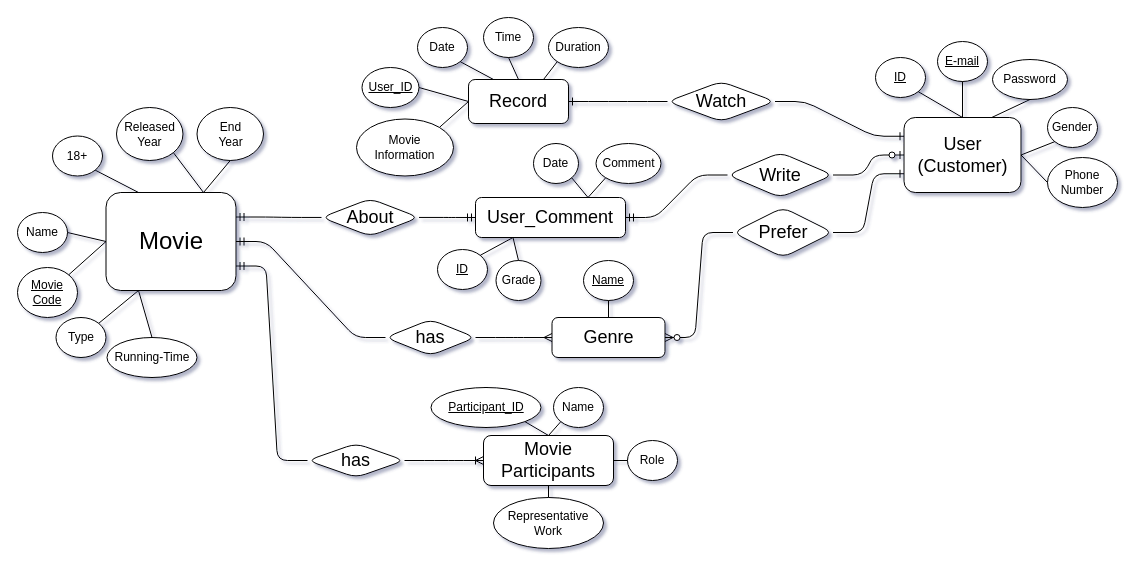
Before: Assignment1_ER_Modeling/Movie.drawio in hjpark83/DBMS, a draw.io diagram. Source tidied: cells renumbered, new cells numbered last; positions are measured from the earlier drawing's top-left corner, leaving out a move shared by most shapes. Both pictures are drawn from the tidied source at 100%, with x=0, y=0 at pixel (17, 17).
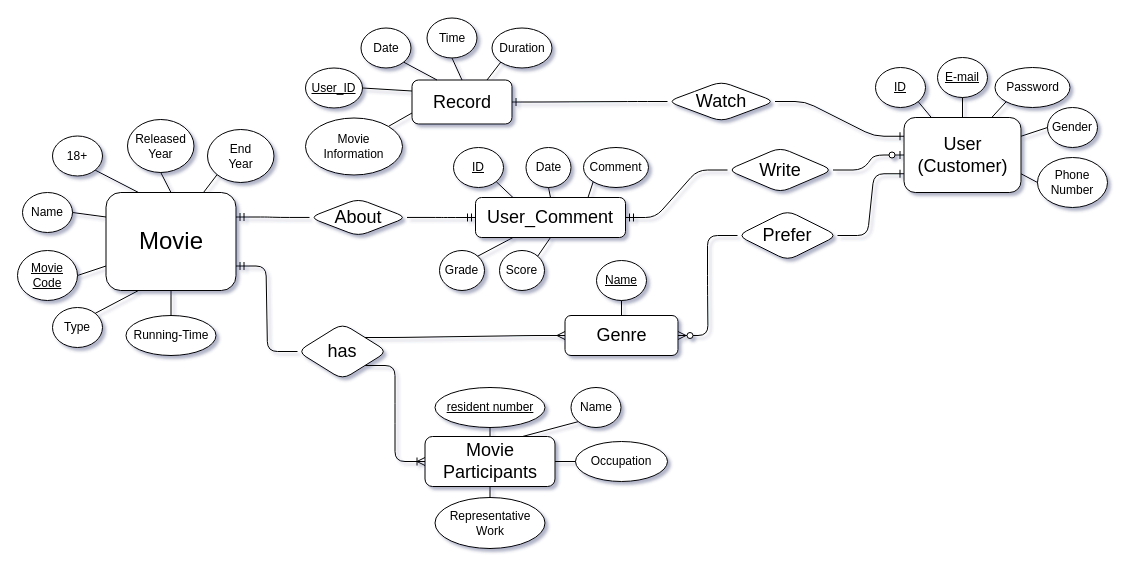
The same page after the edit.

Unchanged cells that the change refers to:
```xml
<mxCell id="3" value="&lt;span style=&quot;font-size: 18px;&quot;&gt;User&lt;br&gt;(Customer)&lt;/span&gt;" style="whiteSpace=wrap;html=1;align=center;rounded=1;" parent="1" vertex="1">
  <mxGeometry x="886.5" y="100" width="117" height="75" as="geometry" />
</mxCell>
<mxCell id="11" value="Gender" style="ellipse;whiteSpace=wrap;html=1;align=center;rounded=1;" parent="1" vertex="1">
  <mxGeometry x="1030" y="90" width="50" height="40" as="geometry" />
</mxCell>
<mxCell id="20" value="&lt;font style=&quot;font-size: 24px;&quot;&gt;Movie&lt;/font&gt;" style="whiteSpace=wrap;html=1;align=center;rounded=1;" parent="1" vertex="1">
  <mxGeometry x="88.5" y="175" width="130" height="98" as="geometry" />
</mxCell>
<mxCell id="22" value="&lt;font style=&quot;font-size: 18px;&quot;&gt;User_Comment&lt;/font&gt;" style="whiteSpace=wrap;html=1;align=center;rounded=1;" parent="1" vertex="1">
  <mxGeometry x="458" y="180" width="150" height="40" as="geometry" />
</mxCell>
```

The edit, as a diff of the source:
```diff
@@
     <mxCell id="2" value="Type" style="ellipse;whiteSpace=wrap;html=1;align=center;rounded=1;" parent="1" vertex="1">
-      <mxGeometry x="38.5" y="300" width="50" height="40" as="geometry" />
+      <mxGeometry x="35" y="290" width="50" height="40" as="geometry" />
     </mxCell>
@@
     <mxCell id="4" value="&lt;font style=&quot;font-size: 18px;&quot;&gt;Movie Participants&lt;/font&gt;" style="whiteSpace=wrap;html=1;align=center;rounded=1;" parent="1" vertex="1">
-      <mxGeometry x="466" y="418" width="130" height="50" as="geometry" />
+      <mxGeometry x="407.5" y="419" width="130" height="50" as="geometry" />
     </mxCell>
     <mxCell id="5" value="&lt;u&gt;ID&lt;/u&gt;" style="ellipse;whiteSpace=wrap;html=1;align=center;rounded=1;" parent="1" vertex="1">
-      <mxGeometry x="858" y="40" width="50" height="40" as="geometry" />
+      <mxGeometry x="858" y="50" width="50" height="40" as="geometry" />
     </mxCell>
-    <mxCell id="6" style="endArrow=none;html=1;rounded=1;exitX=1;exitY=1;exitDx=0;exitDy=0;entryX=0.5;entryY=0;entryDx=0;entryDy=0;" parent="1" edge="1" source="5" target="3">
+    <mxCell id="6" style="endArrow=none;html=1;rounded=1;exitX=1;exitY=1;exitDx=0;exitDy=0;" parent="1" edge="1" source="5" target="3">
       <mxGeometry relative="1" as="geometry" />
     </mxCell>
     <mxCell id="7" value="&lt;u&gt;E-mail&lt;/u&gt;" style="ellipse;whiteSpace=wrap;html=1;align=center;rounded=1;" parent="1" vertex="1">
-      <mxGeometry x="920" y="24" width="50" height="40" as="geometry" />
+      <mxGeometry x="920" y="40" width="50" height="40" as="geometry" />
     </mxCell>
@@
     <mxCell id="9" value="Password" style="ellipse;whiteSpace=wrap;html=1;align=center;rounded=1;" parent="1" vertex="1">
-      <mxGeometry x="975" y="42" width="75" height="40" as="geometry" />
+      <mxGeometry x="977.5" y="50" width="75" height="40" as="geometry" />
     </mxCell>
-    <mxCell id="10" style="endArrow=none;html=1;rounded=1;exitX=0.5;exitY=1;exitDx=0;exitDy=0;entryX=0.75;entryY=0;entryDx=0;entryDy=0;" parent="1" edge="1" source="9" target="3">
+    <mxCell id="10" style="endArrow=none;html=1;rounded=1;exitX=0;exitY=1;exitDx=0;exitDy=0;entryX=0.75;entryY=0;entryDx=0;entryDy=0;" parent="1" edge="1" source="9" target="3">
       <mxGeometry relative="1" as="geometry" />
     </mxCell>
@@
-    <mxCell id="12" style="endArrow=none;html=1;rounded=1;exitX=0;exitY=1;exitDx=0;exitDy=0;entryX=1;entryY=0.5;entryDx=0;entryDy=0;" parent="1" edge="1" source="11" target="3">
+    <mxCell id="12" style="endArrow=none;html=1;rounded=1;exitX=0;exitY=0.5;exitDx=0;exitDy=0;entryX=1;entryY=0.25;entryDx=0;entryDy=0;" parent="1" edge="1" source="11" target="3">
       <mxGeometry relative="1" as="geometry" />
     </mxCell>
     <mxCell id="13" value="Phone Number" style="ellipse;whiteSpace=wrap;html=1;align=center;rounded=1;" parent="1" vertex="1">
-      <mxGeometry x="1030" y="140" width="70" height="50" as="geometry" />
+      <mxGeometry x="1020" y="140" width="70" height="50" as="geometry" />
     </mxCell>
-    <mxCell id="14" style="endArrow=none;html=1;rounded=1;entryX=1;entryY=0.5;entryDx=0;entryDy=0;exitX=0;exitY=0.5;exitDx=0;exitDy=0;" parent="1" edge="1" source="13" target="3">
+    <mxCell id="14" style="endArrow=none;html=1;rounded=1;entryX=1;entryY=0.75;entryDx=0;entryDy=0;exitX=0;exitY=0.5;exitDx=0;exitDy=0;" parent="1" edge="1" source="13" target="3">
       <mxGeometry relative="1" as="geometry" />
     </mxCell>
     <mxCell id="15" value="Name" style="ellipse;whiteSpace=wrap;html=1;align=center;rounded=1;" parent="1" vertex="1">
-      <mxGeometry y="195" width="50" height="40" as="geometry" />
+      <mxGeometry x="5" y="175" width="50" height="40" as="geometry" />
     </mxCell>
     <mxCell id="16" value="Running-Time" style="ellipse;whiteSpace=wrap;html=1;align=center;rounded=1;" parent="1" vertex="1">
-      <mxGeometry x="89.5" y="320" width="90" height="40" as="geometry" />
+      <mxGeometry x="108.5" y="298" width="90" height="40" as="geometry" />
     </mxCell>
     <mxCell id="17" value="Released&lt;br&gt;Year" style="ellipse;whiteSpace=wrap;html=1;align=center;rounded=1;" parent="1" vertex="1">
-      <mxGeometry x="99" y="90" width="66.5" height="53" as="geometry" />
+      <mxGeometry x="110" y="102" width="66.5" height="53" as="geometry" />
     </mxCell>
@@
-    <mxCell id="19" value="&lt;font style=&quot;font-size: 18px;&quot;&gt;has&lt;/font&gt;" style="shape=rhombus;perimeter=rhombusPerimeter;whiteSpace=wrap;html=1;align=center;rounded=1;" parent="1" vertex="1">
-      <mxGeometry x="290" y="426" width="97" height="34" as="geometry" />
-    </mxCell>
@@
     <mxCell id="21" value="&lt;font style=&quot;font-size: 18px;&quot;&gt;Prefer&lt;/font&gt;" style="shape=rhombus;perimeter=rhombusPerimeter;whiteSpace=wrap;html=1;align=center;rounded=1;" parent="1" vertex="1">
-      <mxGeometry x="715.5" y="190" width="100" height="50" as="geometry" />
+      <mxGeometry x="720" y="193" width="100" height="50" as="geometry" />
     </mxCell>
@@
     <mxCell id="23" value="Grade" style="ellipse;whiteSpace=wrap;html=1;align=center;rounded=1;" parent="1" vertex="1">
-      <mxGeometry x="478.5" y="243" width="45" height="40" as="geometry" />
+      <mxGeometry x="422" y="233" width="45" height="40" as="geometry" />
     </mxCell>
     <mxCell id="24" value="&lt;u&gt;ID&lt;/u&gt;" style="ellipse;whiteSpace=wrap;html=1;align=center;rounded=1;" parent="1" vertex="1">
-      <mxGeometry x="420" y="232" width="50" height="40" as="geometry" />
+      <mxGeometry x="436" y="130" width="50" height="40" as="geometry" />
     </mxCell>
     <mxCell id="25" value="&lt;u&gt;Movie&lt;br&gt;Code&lt;/u&gt;" style="ellipse;whiteSpace=wrap;html=1;align=center;rounded=1;" parent="1" vertex="1">
-      <mxGeometry y="250" width="60" height="50" as="geometry" />
+      <mxGeometry y="233" width="60" height="50" as="geometry" />
     </mxCell>
-    <mxCell id="26" style="endArrow=none;html=1;rounded=1;exitX=0;exitY=0.5;exitDx=0;exitDy=0;entryX=1;entryY=0;entryDx=0;entryDy=0;" parent="1" edge="1" source="20" target="25">
+    <mxCell id="26" style="endArrow=none;html=1;rounded=1;exitX=0;exitY=0.75;exitDx=0;exitDy=0;entryX=1;entryY=0.5;entryDx=0;entryDy=0;" parent="1" edge="1" source="20" target="25">
       <mxGeometry relative="1" as="geometry" />
     </mxCell>
-    <mxCell id="27" style="endArrow=none;html=1;rounded=1;entryX=1;entryY=0.5;entryDx=0;entryDy=0;exitX=0;exitY=0.5;exitDx=0;exitDy=0;" parent="1" edge="1" source="20" target="15">
+    <mxCell id="27" style="endArrow=none;html=1;rounded=1;entryX=1;entryY=0.5;entryDx=0;entryDy=0;exitX=0;exitY=0.25;exitDx=0;exitDy=0;" parent="1" edge="1" source="20" target="15">
       <mxGeometry relative="1" as="geometry" />
     </mxCell>
@@
-    <mxCell id="29" style="endArrow=none;html=1;rounded=1;entryX=0.5;entryY=0;entryDx=0;entryDy=0;exitX=0.25;exitY=1;exitDx=0;exitDy=0;" parent="1" edge="1" source="20" target="16">
+    <mxCell id="29" style="endArrow=none;html=1;rounded=1;entryX=0.5;entryY=0;entryDx=0;entryDy=0;exitX=0.5;exitY=1;exitDx=0;exitDy=0;" parent="1" edge="1" source="20" target="16">
       <mxGeometry relative="1" as="geometry" />
     </mxCell>
-    <mxCell id="30" style="endArrow=none;html=1;rounded=1;entryX=1;entryY=1;entryDx=0;entryDy=0;exitX=0.75;exitY=0;exitDx=0;exitDy=0;" parent="1" edge="1" source="20" target="17">
+    <mxCell id="30" style="endArrow=none;html=1;rounded=1;entryX=0.5;entryY=1;entryDx=0;entryDy=0;exitX=0.5;exitY=0;exitDx=0;exitDy=0;" parent="1" edge="1" source="20" target="17">
       <mxGeometry relative="1" as="geometry" />
     </mxCell>
@@
     <mxCell id="32" value="Date" style="ellipse;whiteSpace=wrap;html=1;align=center;rounded=1;" parent="1" vertex="1">
-      <mxGeometry x="516" y="126" width="45" height="40" as="geometry" />
+      <mxGeometry x="508.5" y="130" width="45" height="40" as="geometry" />
     </mxCell>
     <mxCell id="33" value="Comment" style="ellipse;whiteSpace=wrap;html=1;align=center;rounded=1;" parent="1" vertex="1">
-      <mxGeometry x="578.5" y="126" width="65" height="40" as="geometry" />
+      <mxGeometry x="566" y="130" width="65" height="40" as="geometry" />
     </mxCell>
-    <mxCell id="34" style="endArrow=none;html=1;rounded=1;entryX=1;entryY=0;entryDx=0;entryDy=0;exitX=0.25;exitY=1;exitDx=0;exitDy=0;" parent="1" edge="1" source="22" target="24">
+    <mxCell id="34" style="endArrow=none;html=1;rounded=1;entryX=1;entryY=1;entryDx=0;entryDy=0;exitX=0.25;exitY=0;exitDx=0;exitDy=0;" parent="1" edge="1" source="22" target="24">
       <mxGeometry relative="1" as="geometry" />
     </mxCell>
-    <mxCell id="35" style="endArrow=none;html=1;rounded=1;entryX=0.5;entryY=0;entryDx=0;entryDy=0;exitX=0.25;exitY=1;exitDx=0;exitDy=0;" parent="1" edge="1" source="22" target="23">
+    <mxCell id="35" style="endArrow=none;html=1;rounded=1;exitX=0.25;exitY=1;exitDx=0;exitDy=0;entryX=1;entryY=0;entryDx=0;entryDy=0;" parent="1" edge="1" source="22" target="23">
       <mxGeometry relative="1" as="geometry" />
     </mxCell>
-    <mxCell id="36" style="endArrow=none;html=1;rounded=1;entryX=1;entryY=1;entryDx=0;entryDy=0;exitX=0.75;exitY=0;exitDx=0;exitDy=0;" parent="1" edge="1" source="22" target="32">
+    <mxCell id="36" style="endArrow=none;html=1;rounded=1;exitX=0.5;exitY=0;exitDx=0;exitDy=0;entryX=0.5;entryY=1;entryDx=0;entryDy=0;" parent="1" edge="1" source="22" target="32">
       <mxGeometry relative="1" as="geometry" />
     </mxCell>
@@
     <mxCell id="38" value="&lt;font style=&quot;font-size: 18px;&quot;&gt;Write&lt;/font&gt;" style="shape=rhombus;perimeter=rhombusPerimeter;whiteSpace=wrap;html=1;align=center;rounded=1;" parent="1" vertex="1">
-      <mxGeometry x="710" y="135" width="105.5" height="45" as="geometry" />
+      <mxGeometry x="710" y="130" width="105.5" height="45" as="geometry" />
     </mxCell>
     <mxCell id="39" value="&lt;span style=&quot;font-size: 18px;&quot;&gt;About&lt;/span&gt;" style="shape=rhombus;perimeter=rhombusPerimeter;whiteSpace=wrap;html=1;align=center;rounded=1;" parent="1" vertex="1">
-      <mxGeometry x="304" y="181.2" width="97.5" height="37.5" as="geometry" />
+      <mxGeometry x="292" y="181.2" width="97.5" height="37.5" as="geometry" />
     </mxCell>
@@
-    <mxCell id="41" style="edgeStyle=entityRelationEdgeStyle;fontSize=12;html=1;endArrow=ERoneToMany;rounded=1;entryX=0;entryY=0.5;entryDx=0;entryDy=0;exitX=1;exitY=0.5;exitDx=0;exitDy=0;" parent="1" edge="1" source="19" target="4">
-      <mxGeometry relative="1" as="geometry" />
+    <mxCell id="41" style="edgeStyle=entityRelationEdgeStyle;fontSize=12;html=1;endArrow=ERoneToMany;rounded=1;entryX=0;entryY=0.5;entryDx=0;entryDy=0;exitX=1;exitY=1;exitDx=0;exitDy=0;" parent="1" edge="1" source="62" target="4">
+      <mxGeometry relative="1" as="geometry">
+        <Array as="points">
+          <mxPoint x="340" y="460" />
+        </Array>
+      </mxGeometry>
     </mxCell>
-    <mxCell id="42" style="edgeStyle=entityRelationEdgeStyle;fontSize=12;html=1;endArrow=ERmandOne;rounded=1;entryX=1;entryY=0.75;entryDx=0;entryDy=0;exitX=0;exitY=0.5;exitDx=0;exitDy=0;" parent="1" edge="1" source="19" target="20">
-      <mxGeometry relative="1" as="geometry" />
-    </mxCell>
@@
     <mxCell id="48" value="Name" style="ellipse;whiteSpace=wrap;html=1;align=center;rounded=1;" parent="1" vertex="1">
-      <mxGeometry x="536" y="370" width="50" height="40" as="geometry" />
+      <mxGeometry x="553.5" y="370" width="50" height="40" as="geometry" />
     </mxCell>
-    <mxCell id="49" value="Role" style="ellipse;whiteSpace=wrap;html=1;align=center;rounded=1;" parent="1" vertex="1">
-      <mxGeometry x="610" y="423" width="50" height="40" as="geometry" />
+    <mxCell id="49" value="Occupation" style="ellipse;whiteSpace=wrap;html=1;align=center;rounded=1;" parent="1" vertex="1">
+      <mxGeometry x="558" y="424" width="92" height="40" as="geometry" />
     </mxCell>
     <mxCell id="50" value="Representative&lt;br&gt;Work" style="ellipse;whiteSpace=wrap;html=1;align=center;rounded=1;" parent="1" vertex="1">
-      <mxGeometry x="476" y="480" width="110" height="51" as="geometry" />
+      <mxGeometry x="417.5" y="480" width="110" height="51" as="geometry" />
     </mxCell>
-    <mxCell id="51" value="&lt;u&gt;Participant_ID&lt;/u&gt;" style="ellipse;whiteSpace=wrap;html=1;align=center;rounded=1;" parent="1" vertex="1">
-      <mxGeometry x="413.5" y="370" width="110" height="40" as="geometry" />
+    <mxCell id="51" value="&lt;u&gt;resident number&lt;/u&gt;" style="ellipse;whiteSpace=wrap;html=1;align=center;rounded=1;" parent="1" vertex="1">
+      <mxGeometry x="417.5" y="370" width="110" height="40" as="geometry" />
     </mxCell>
@@
-    <mxCell id="54" style="endArrow=none;html=1;rounded=1;entryX=1;entryY=1;entryDx=0;entryDy=0;exitX=0.5;exitY=0;exitDx=0;exitDy=0;" parent="1" edge="1" source="4" target="51">
+    <mxCell id="54" style="endArrow=none;html=1;rounded=1;entryX=0.5;entryY=1;entryDx=0;entryDy=0;exitX=0.5;exitY=0;exitDx=0;exitDy=0;" parent="1" edge="1" source="4" target="51">
       <mxGeometry relative="1" as="geometry" />
     </mxCell>
-    <mxCell id="55" style="endArrow=none;html=1;rounded=1;entryX=0;entryY=1;entryDx=0;entryDy=0;exitX=0.5;exitY=0;exitDx=0;exitDy=0;" parent="1" edge="1" source="4" target="48">
+    <mxCell id="55" style="endArrow=none;html=1;rounded=1;exitX=0.75;exitY=0;exitDx=0;exitDy=0;entryX=0;entryY=1;entryDx=0;entryDy=0;" parent="1" edge="1" source="4" target="48">
       <mxGeometry relative="1" as="geometry" />
     </mxCell>
     <mxCell id="56" value="End&lt;br&gt;Year" style="ellipse;whiteSpace=wrap;html=1;align=center;rounded=1;" parent="1" vertex="1">
-      <mxGeometry x="179.5" y="90" width="66.5" height="53" as="geometry" />
+      <mxGeometry x="190" y="112" width="66.5" height="53" as="geometry" />
     </mxCell>
-    <mxCell id="57" style="endArrow=none;html=1;rounded=1;entryX=0.5;entryY=1;entryDx=0;entryDy=0;exitX=0.75;exitY=0;exitDx=0;exitDy=0;" parent="1" edge="1" source="20" target="56">
+    <mxCell id="57" style="endArrow=none;html=1;rounded=1;entryX=0;entryY=1;entryDx=0;entryDy=0;exitX=0.75;exitY=0;exitDx=0;exitDy=0;" parent="1" edge="1" source="20" target="56">
       <mxGeometry relative="1" as="geometry" />
     </mxCell>
     <mxCell id="58" value="&lt;font style=&quot;font-size: 18px;&quot;&gt;Genre&lt;/font&gt;" style="whiteSpace=wrap;html=1;align=center;rounded=1;" parent="1" vertex="1">
-      <mxGeometry x="534.5" y="300" width="113" height="40" as="geometry" />
+      <mxGeometry x="547.5" y="298" width="113" height="40" as="geometry" />
     </mxCell>
     <mxCell id="59" value="&lt;font style=&quot;font-size: 18px;&quot;&gt;Record&lt;/font&gt;" style="whiteSpace=wrap;html=1;align=center;rounded=1;" parent="1" vertex="1">
-      <mxGeometry x="451" y="62" width="100" height="44" as="geometry" />
+      <mxGeometry x="394.5" y="62.5" width="100" height="44" as="geometry" />
     </mxCell>
@@
     <mxCell id="61" value="&lt;u&gt;Name&lt;/u&gt;" style="ellipse;whiteSpace=wrap;html=1;align=center;rounded=1;" parent="1" vertex="1">
-      <mxGeometry x="566" y="243" width="50" height="40" as="geometry" />
+      <mxGeometry x="579" y="243" width="50" height="40" as="geometry" />
     </mxCell>
     <mxCell id="62" value="&lt;font style=&quot;font-size: 18px;&quot;&gt;has&lt;/font&gt;" style="shape=rhombus;perimeter=rhombusPerimeter;whiteSpace=wrap;html=1;align=center;rounded=1;" parent="1" vertex="1">
-      <mxGeometry x="368" y="302" width="90" height="36" as="geometry" />
+      <mxGeometry x="280" y="306" width="90" height="56" as="geometry" />
     </mxCell>
-    <mxCell id="63" style="edgeStyle=entityRelationEdgeStyle;fontSize=12;html=1;endArrow=ERmandOne;rounded=1;exitX=0;exitY=0.5;exitDx=0;exitDy=0;entryX=1;entryY=0.5;entryDx=0;entryDy=0;" parent="1" edge="1" source="62" target="20">
+    <mxCell id="63" style="edgeStyle=entityRelationEdgeStyle;fontSize=12;html=1;endArrow=ERmandOne;rounded=1;exitX=0;exitY=0.5;exitDx=0;exitDy=0;entryX=1;entryY=0.75;entryDx=0;entryDy=0;" parent="1" edge="1" source="62" target="20">
       <mxGeometry relative="1" as="geometry">
         <Array as="points">
           <mxPoint x="260" y="460" />
         </Array>
       </mxGeometry>
     </mxCell>
@@
-    <mxCell id="65" style="edgeStyle=entityRelationEdgeStyle;fontSize=12;html=1;endArrow=ERmany;rounded=1;entryX=0;entryY=0.5;entryDx=0;entryDy=0;exitX=1;exitY=0.5;exitDx=0;exitDy=0;" parent="1" edge="1" source="62" target="58">
+    <mxCell id="65" style="edgeStyle=entityRelationEdgeStyle;fontSize=12;html=1;endArrow=ERmany;rounded=1;entryX=0;entryY=0.5;entryDx=0;entryDy=0;exitX=1;exitY=0;exitDx=0;exitDy=0;" parent="1" edge="1" source="62" target="58">
       <mxGeometry relative="1" as="geometry" />
     </mxCell>
@@
     <mxCell id="68" value="Date" style="ellipse;whiteSpace=wrap;html=1;align=center;rounded=1;" parent="1" vertex="1">
-      <mxGeometry x="400" y="10" width="50" height="40" as="geometry" />
+      <mxGeometry x="343.5" y="10.5" width="50" height="40" as="geometry" />
     </mxCell>
@@
     <mxCell id="70" value="Time" style="ellipse;whiteSpace=wrap;html=1;align=center;rounded=1;" parent="1" vertex="1">
-      <mxGeometry x="466" width="50" height="40" as="geometry" />
+      <mxGeometry x="409.5" y="0.5" width="50" height="40" as="geometry" />
     </mxCell>
     <mxCell id="71" value="Duration" style="ellipse;whiteSpace=wrap;html=1;align=center;rounded=1;" parent="1" vertex="1">
-      <mxGeometry x="531" y="10" width="60" height="40" as="geometry" />
+      <mxGeometry x="474.5" y="10.5" width="60" height="40" as="geometry" />
     </mxCell>
@@
-    <mxCell id="74" style="endArrow=none;html=1;rounded=1;entryX=0;entryY=0.5;entryDx=0;entryDy=0;exitX=1;exitY=0.5;exitDx=0;exitDy=0;" parent="1" edge="1" source="75" target="59">
+    <mxCell id="74" style="endArrow=none;html=1;rounded=1;entryX=0;entryY=0.25;entryDx=0;entryDy=0;exitX=1;exitY=0.5;exitDx=0;exitDy=0;" parent="1" edge="1" source="75" target="59">
       <mxGeometry relative="1" as="geometry" />
     </mxCell>
     <mxCell id="75" value="&lt;u&gt;User_ID&lt;/u&gt;" style="ellipse;whiteSpace=wrap;html=1;align=center;rounded=1;" parent="1" vertex="1">
-      <mxGeometry x="344.5" y="50" width="57" height="40" as="geometry" />
+      <mxGeometry x="288" y="50.5" width="57" height="40" as="geometry" />
     </mxCell>
-    <mxCell id="76" style="endArrow=none;html=1;rounded=1;entryX=0;entryY=0.5;entryDx=0;entryDy=0;exitX=1;exitY=0;exitDx=0;exitDy=0;" parent="1" edge="1" source="77" target="59">
+    <mxCell id="76" style="endArrow=none;html=1;rounded=1;entryX=0;entryY=0.75;entryDx=0;entryDy=0;exitX=1;exitY=0;exitDx=0;exitDy=0;" parent="1" edge="1" source="77" target="59">
       <mxGeometry relative="1" as="geometry" />
     </mxCell>
     <mxCell id="77" value="Movie&lt;br&gt;Information" style="ellipse;whiteSpace=wrap;html=1;align=center;rounded=1;" parent="1" vertex="1">
-      <mxGeometry x="339" y="101.5" width="97" height="57" as="geometry" />
+      <mxGeometry x="288" y="100.5" width="97" height="57" as="geometry" />
     </mxCell>
+    <mxCell id="78" value="Score" style="ellipse;whiteSpace=wrap;html=1;align=center;rounded=1;" parent="1" vertex="1">
+      <mxGeometry x="482" y="233" width="45" height="40" as="geometry" />
+    </mxCell>
+    <mxCell id="79" style="endArrow=none;html=1;rounded=1;entryX=1;entryY=0;entryDx=0;entryDy=0;exitX=0.5;exitY=1;exitDx=0;exitDy=0;" parent="1" edge="1" source="22" target="78">
+      <mxGeometry relative="1" as="geometry" />
+    </mxCell>
```
